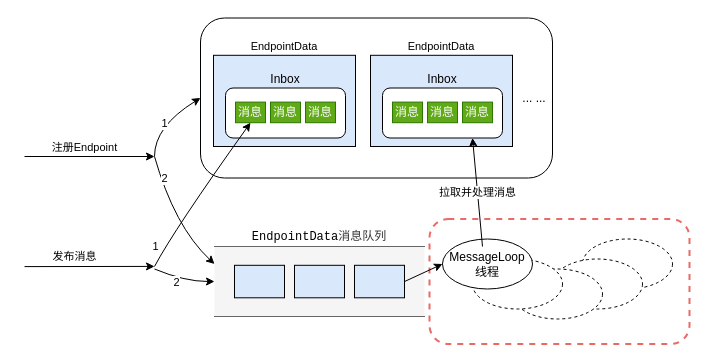
Before: rpc.drawio in jtLiBrain/docs, a draw.io diagram. Source tidied: cells renumbered, new cells numbered last; positions are measured from the earlier drawing's top-left corner, leaving out a move shared by most shapes. Both pictures are drawn from the tidied source at 100%, with x=0, y=0 at pixel (24, 18).
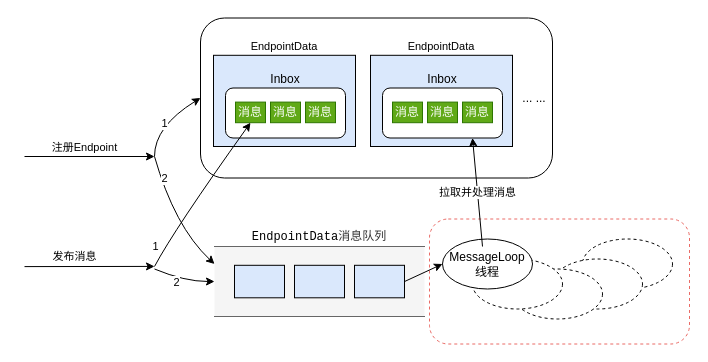
The same page after the edit.

Change to the diagram source:
```diff
@@
-    <mxCell id="3" style="rounded=1;whiteSpace=wrap;html=1;dashed=1;fillColor=#ffffff;strokeColor=#EA6B66;strokeWidth=2;" parent="1" vertex="1">
+    <mxCell id="3" style="rounded=1;whiteSpace=wrap;html=1;dashed=1;fillColor=#ffffff;strokeColor=#EA6B66;strokeWidth=1;" parent="1" vertex="1">
       <mxGeometry x="405" y="200.5" width="260" height="125" as="geometry" />
     </mxCell>
```
